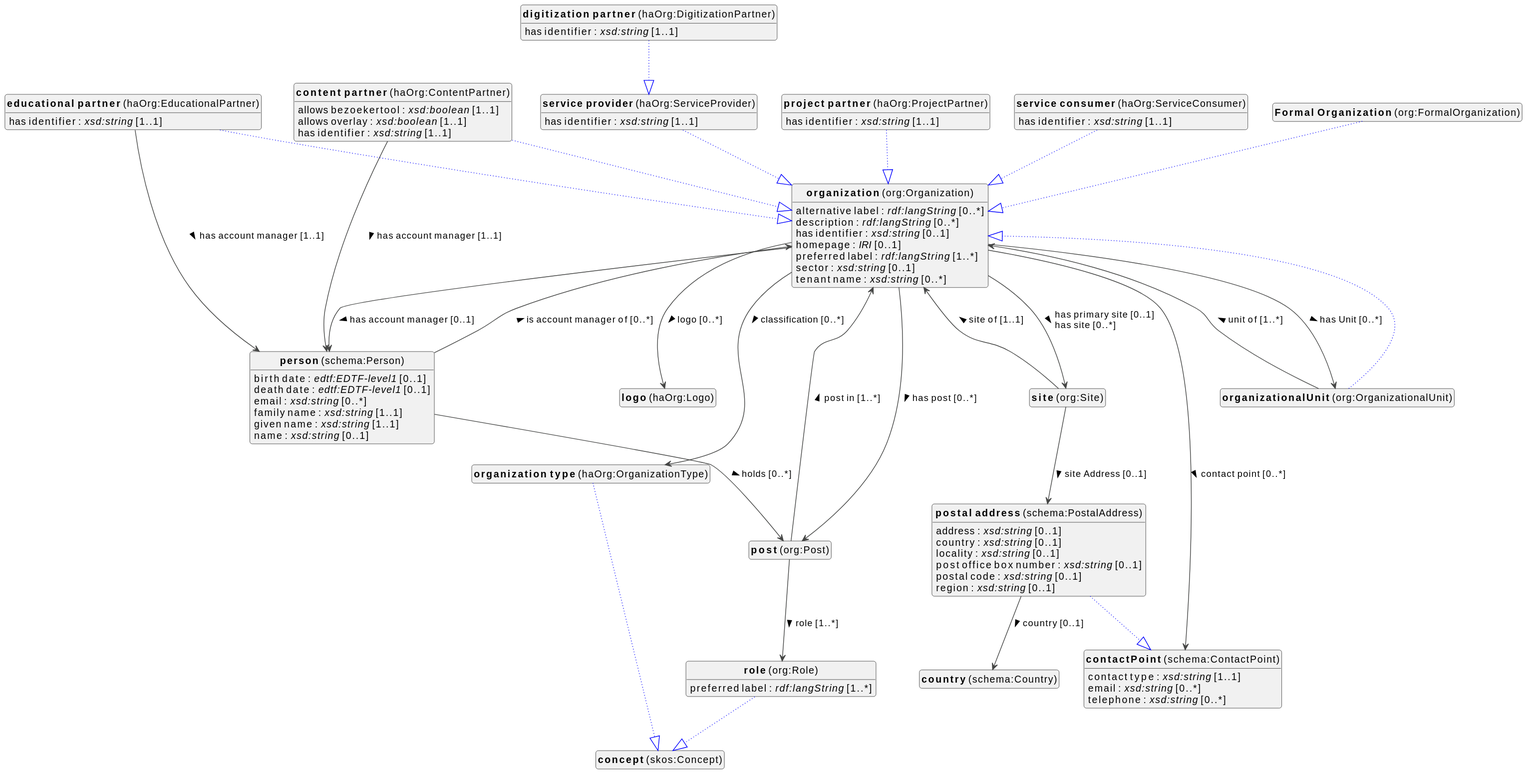
Before: docs/metadata/knowledge-graph/0.0.1/organization/en/organization-diagram.svg, a diagram exported from PlantUML (viaacode/documentation-jekyll).
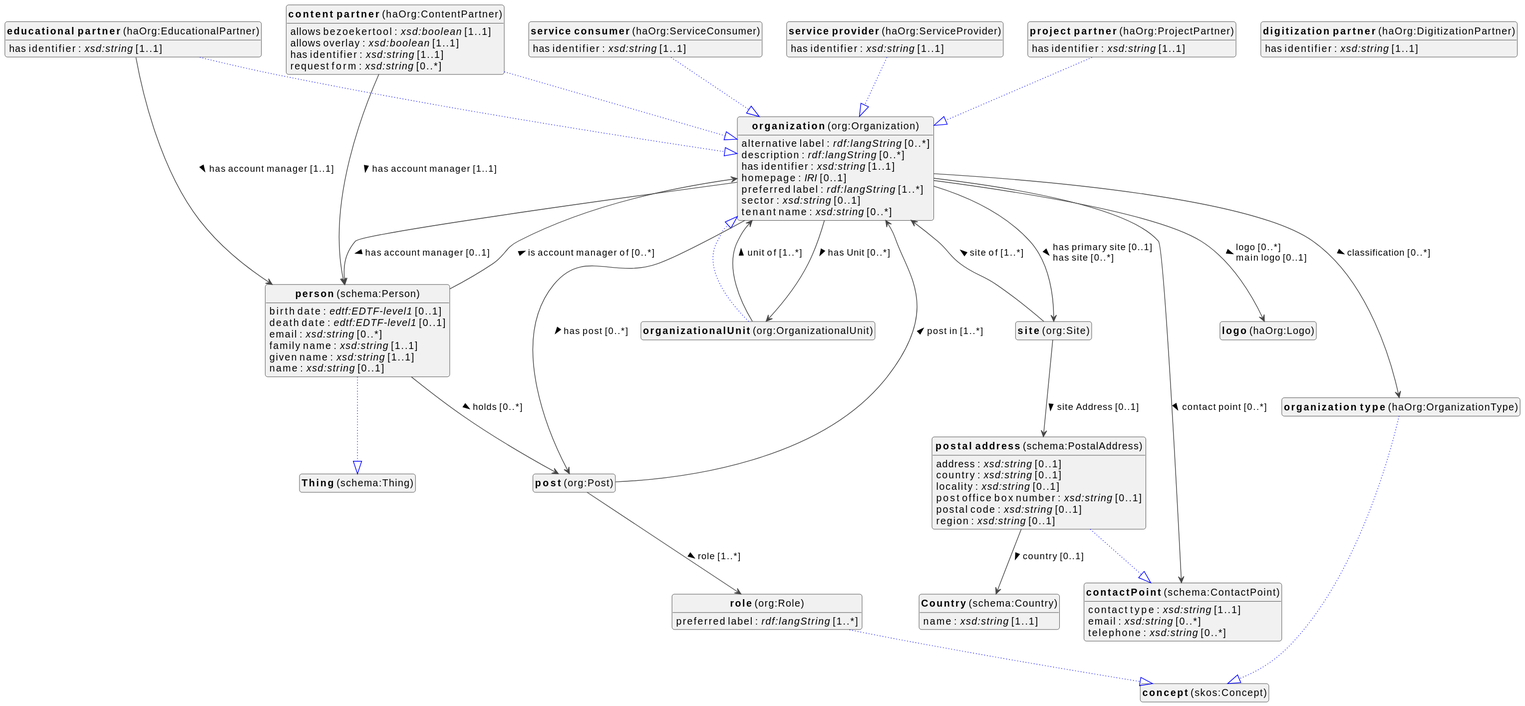
After the commit.

The edit, as a diff of the source:
```diff
@@ -10,14 +10,11 @@
 top to bottom direction
 
 
-class "<b>Formal Organization</b> (org:FormalOrganization)" as org_FormalOrganization [[#org%3AFormalOrganization]]
-class "<b>organization</b> (org:Organization)" as org_Organization [[#org%3AOrganization]]
+class "<b>Country</b> (schema:Country)" as schema_Country [[#schema%3ACountry]]
 class "<b>contactPoint</b> (schema:ContactPoint)" as schema_ContactPoint [[#schema%3AContactPoint]]
 class "<b>content partner</b> (haOrg:ContentPartner)" as haOrg_ContentPartner [[#haOrg%3AContentPartner]]
 class "<b>organization</b> (org:Organization)" as org_Organization [[#org%3AOrganization]]
-class "<b>country</b> (schema:Country)" as schema_Country [[#schema%3ACountry]]
 class "<b>digitization partner</b> (haOrg:DigitizationPartner)" as haOrg_DigitizationPartner [[#haOrg%3ADigitizationPartner]]
-class "<b>service provider</b> (haOrg:ServiceProvider)" as haOrg_ServiceProvider [[#haOrg%3AServiceProvider]]
 class "<b>educational partner</b> (haOrg:EducationalPartner)" as haOrg_EducationalPartner [[#haOrg%3AEducationalPartner]]
 class "<b>organization</b> (org:Organization)" as org_Organization [[#org%3AOrganization]]
 class "<b>logo</b> (haOrg:Logo)" as haOrg_Logo [[#haOrg%3ALogo]]
@@ -27,6 +24,7 @@
 class "<b>organizationalUnit</b> (org:OrganizationalUnit)" as org_OrganizationalUnit [[#org%3AOrganizationalUnit]]
 class "<b>organization</b> (org:Organization)" as org_Organization [[#org%3AOrganization]]
 class "<b>person</b> (schema:Person)" as schema_Person [[#schema%3APerson]]
+class "<b>Thing</b> (schema:Thing)" as schema_Thing [[#schema%3AThing]]
 class "<b>post</b> (org:Post)" as org_Post [[#org%3APost]]
 class "<b>postal address</b> (schema:PostalAddress)" as schema_PostalAddress [[#schema%3APostalAddress]]
 class "<b>contactPoint</b> (schema:ContactPoint)" as schema_ContactPoint [[#schema%3AContactPoint]]
@@ -40,7 +38,8 @@
 class "<b>organization</b> (org:Organization)" as org_Organization [[#org%3AOrganization]]
 class "<b>site</b> (org:Site)" as org_Site [[#org%3ASite]]
 
-org_FormalOrganization --|> org_Organization #blue;line.dotted;text:blue
+
+schema_Country : name : <i>xsd:string</i> [1..1]
 
 
 
@@ -54,13 +53,11 @@
 haOrg_ContentPartner : allows bezoekertool : <i>xsd:boolean</i> [1..1]
 haOrg_ContentPartner : allows overlay : <i>xsd:boolean</i> [1..1]
 haOrg_ContentPartner : has identifier : <i>xsd:string</i> [1..1]
+haOrg_ContentPartner : request form : <i>xsd:string</i> [0..*]
 haOrg_ContentPartner --> schema_Person :has account manager [1..1]  >
 
 
 
-
-
-haOrg_DigitizationPartner --|> haOrg_ServiceProvider #blue;line.dotted;text:blue
 
 haOrg_DigitizationPartner : has identifier : <i>xsd:string</i> [1..1]
 
@@ -76,13 +73,13 @@
 
 org_Organization : alternative label : <i>rdf:langString</i> [0..*]
 org_Organization : description : <i>rdf:langString</i> [0..*]
-org_Organization : has identifier : <i>xsd:string</i> [0..1]
+org_Organization : has identifier : <i>xsd:string</i> [1..1]
 org_Organization : homepage : <i>IRI</i> [0..1]
 org_Organization : preferred label : <i>rdf:langString</i> [1..*]
 org_Organization : sector : <i>xsd:string</i> [0..1]
 org_Organization : tenant name : <i>xsd:string</i> [0..*]
 
-org_Organization --> haOrg_Logo :logo [0..*]  >
+org_Organization --> haOrg_Logo :logo [0..*]  \lmain logo [0..1]  >
 org_Organization --> haOrg_OrganizationType :classification [0..*]  >
 org_Organization --> org_OrganizationalUnit :has Unit [0..*]  >
 org_Organization --> org_Post :has post [0..*]  >
@@ -99,6 +96,7 @@
 
 org_OrganizationalUnit --> org_Organization :unit of [1..*]  >
 
+schema_Person --|> schema_Thing #blue;line.dotted;text:blue
 
 schema_Person : birth date : <i>edtf:EDTF-level1</i> [0..1]
 schema_Person : death date : <i>edtf:EDTF-level1</i> [0..1]
@@ -147,7 +145,7 @@
 
 
 
-org_Site --> org_Organization :site of [1..1]  >
+org_Site --> org_Organization :site of [1..*]  >
 org_Site --> schema_PostalAddress :site Address [0..1]  >
 
 
```
